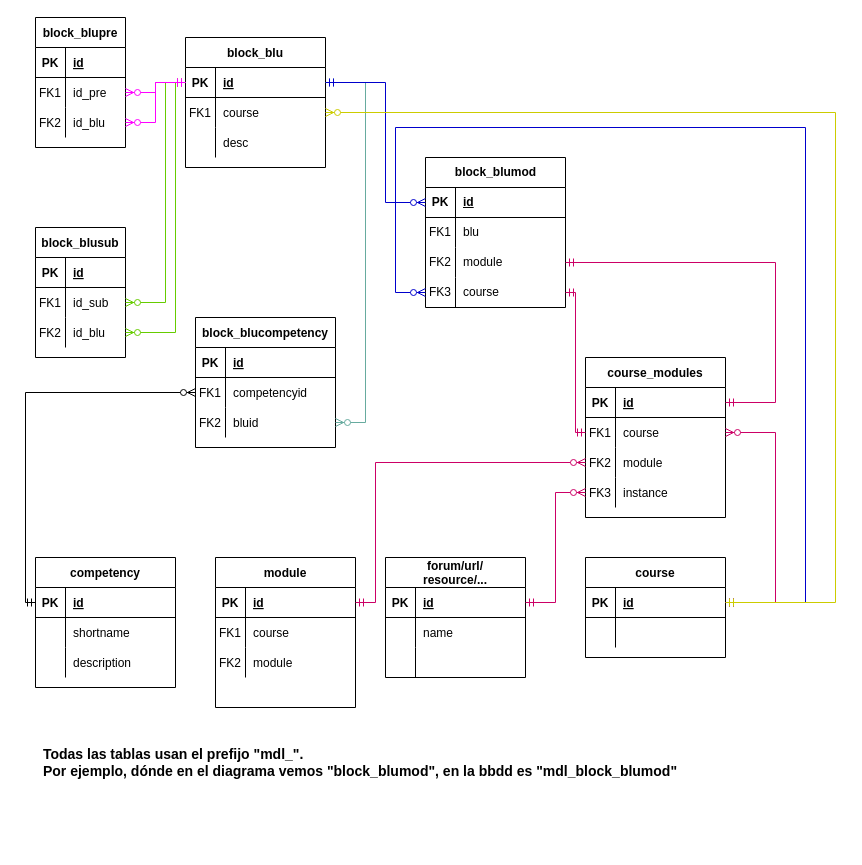
The draw.io diagram blocks/blumod/docs/ModeloDatos.drawio in DesarrollosGalan/moodle_blumod, before the edit. Source tidied: cells renumbered, new cells numbered last; positions are measured from the earlier drawing's top-left corner, leaving out a move shared by most shapes. Both pictures are drawn from the tidied source at 100%, with x=0, y=0 at pixel (35, 17).
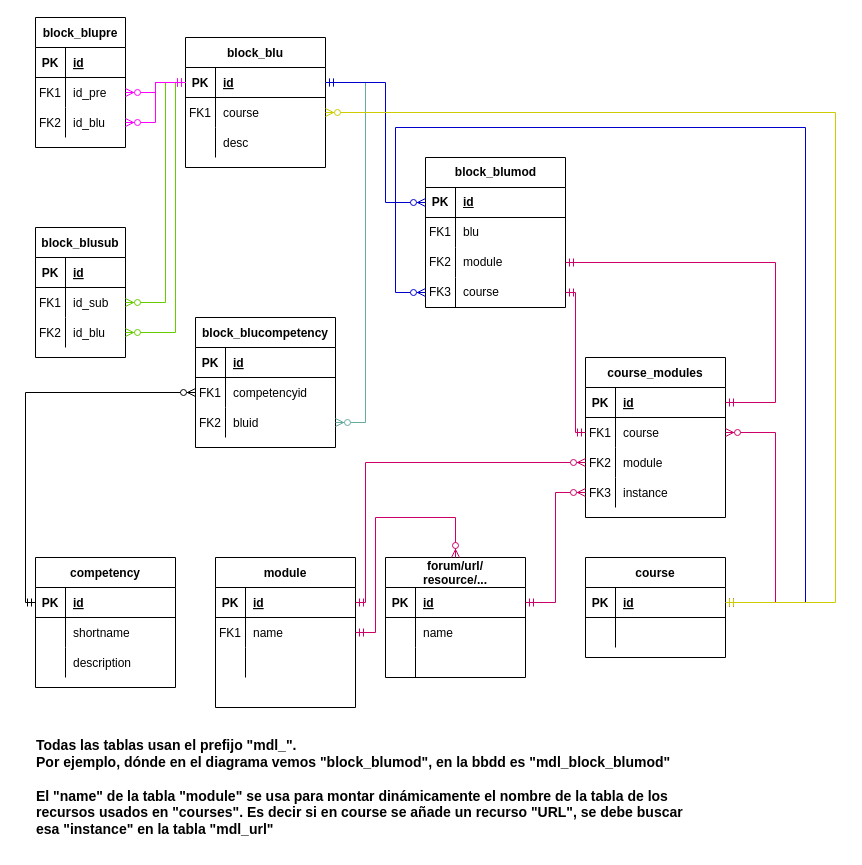
Above is the later version.

Commit message:
correcion errores

The change refers to these unchanged cells:
```xml
<mxCell id="29" style="shape=partialRectangle;fillColor=none;points=[[0,0.5],[1,0.5]];portConstraint=eastwest;top=0;left=0;right=0;bottom=0;" parent="22" vertex="1">
  <mxGeometry y="90" width="140" height="30" as="geometry" />
</mxCell>
<mxCell id="43" style="shape=partialRectangle;fillColor=none;points=[[0,0.5],[1,0.5]];portConstraint=eastwest;top=0;left=0;right=0;bottom=1;" parent="42" vertex="1">
  <mxGeometry y="30" width="140" height="30" as="geometry" />
</mxCell>
<mxCell id="46" style="shape=partialRectangle;fillColor=none;points=[[0,0.5],[1,0.5]];portConstraint=eastwest;top=0;left=0;right=0;bottom=0;" parent="42" vertex="1">
  <mxGeometry y="60" width="140" height="30" as="geometry" />
</mxCell>
<mxCell id="49" style="shape=partialRectangle;fillColor=none;top=0;left=0;right=0;bottom=0;" parent="42" vertex="1">
  <mxGeometry y="90" width="140" height="30" as="geometry" />
</mxCell>
<mxCell id="52" value="forum/url/&#10;resource/..." style="shape=table;startSize=30;childLayout=tableLayout;rowLines=0;fontStyle=1;align=center;" parent="1" vertex="1">
  <mxGeometry x="350" y="540" width="140" height="120" as="geometry" />
</mxCell>
```

Diff of the diagram source:
```diff
@@
-    <mxCell id="48" value="course" style="shape=partialRectangle;overflow=hidden;fillColor=none;top=0;left=0;bottom=0;right=0;align=left;spacingLeft=6;" parent="46" vertex="1">
+    <mxCell id="48" value="name" style="shape=partialRectangle;overflow=hidden;fillColor=none;top=0;left=0;bottom=0;right=0;align=left;spacingLeft=6;" parent="46" vertex="1">
       <mxGeometry x="30" width="110" height="30" as="geometry" />
     </mxCell>
@@
-    <mxCell id="50" value="FK2" style="shape=partialRectangle;overflow=hidden;fillColor=none;top=0;left=0;bottom=0;right=0;" parent="49" vertex="1">
+    <mxCell id="50" style="shape=partialRectangle;overflow=hidden;fillColor=none;top=0;left=0;bottom=0;right=0;" parent="49" vertex="1">
       <mxGeometry width="30" height="30" as="geometry" />
     </mxCell>
-    <mxCell id="51" value="module" style="shape=partialRectangle;overflow=hidden;fillColor=none;top=0;left=0;bottom=0;right=0;align=left;spacingLeft=6;" parent="49" vertex="1">
+    <mxCell id="51" style="shape=partialRectangle;overflow=hidden;fillColor=none;top=0;left=0;bottom=0;right=0;align=left;spacingLeft=6;" parent="49" vertex="1">
       <mxGeometry x="30" width="110" height="30" as="geometry" />
     </mxCell>
@@
     <mxCell id="116" style="edgeStyle=orthogonalEdgeStyle;fontSize=12;html=1;endArrow=ERzeroToMany;startArrow=ERmandOne;rounded=0;entryX=0;entryY=0.5;entryDx=0;entryDy=0;exitX=1;exitY=0.5;exitDx=0;exitDy=0;strokeColor=#CC0066;" parent="1" edge="1" source="43" target="29">
       <mxGeometry relative="1" as="geometry">
         <Array as="points">
-          <mxPoint x="340" y="585" />
-          <mxPoint x="340" y="445" />
+          <mxPoint x="330" y="585" />
+          <mxPoint x="330" y="445" />
         </Array>
       </mxGeometry>
     </mxCell>
@@
-    <mxCell id="120" value="&lt;div style=&quot;text-align: left;&quot;&gt;&lt;b style=&quot;background-color: transparent; color: light-dark(rgb(0, 0, 0), rgb(255, 255, 255));&quot;&gt;&lt;font style=&quot;font-size: 14px;&quot;&gt;Todas las tablas usan el prefijo &quot;mdl_&quot;.&lt;/font&gt;&lt;/b&gt;&lt;/div&gt;&lt;div style=&quot;text-align: left;&quot;&gt;&lt;b&gt;&lt;font style=&quot;font-size: 14px;&quot;&gt;Por ejemplo, dónde en el diagrama vemos &quot;block_blumod&quot;, en la bbdd es &quot;mdl_block_blumod&quot;&lt;/font&gt;&lt;/b&gt;&lt;/div&gt;" style="text;html=1;whiteSpace=wrap;strokeColor=none;fillColor=none;align=center;verticalAlign=middle;rounded=0;" parent="1" vertex="1">
-      <mxGeometry y="720" width="650" height="50" as="geometry" />
+    <mxCell id="120" value="&lt;div style=&quot;text-align: left;&quot;&gt;&lt;b style=&quot;background-color: transparent; color: light-dark(rgb(0, 0, 0), rgb(255, 255, 255));&quot;&gt;&lt;font style=&quot;font-size: 14px;&quot;&gt;Todas las tablas usan el prefijo &quot;mdl_&quot;.&lt;/font&gt;&lt;/b&gt;&lt;/div&gt;&lt;div style=&quot;text-align: left;&quot;&gt;&lt;b&gt;&lt;font style=&quot;font-size: 14px;&quot;&gt;Por ejemplo, dónde en el diagrama vemos &quot;block_blumod&quot;, en la bbdd es &quot;mdl_block_blumod&quot;&lt;br&gt;&lt;br&gt;El &quot;name&quot; de la tabla &quot;module&quot; se usa para montar dinámicamente el nombre de la tabla de los recursos usados en &quot;courses&quot;. Es decir si en course se añade un recurso &quot;URL&quot;, se debe buscar esa &quot;instance&quot; en la tabla &quot;mdl_url&quot;&lt;/font&gt;&lt;/b&gt;&lt;/div&gt;" style="text;html=1;whiteSpace=wrap;strokeColor=none;fillColor=none;align=center;verticalAlign=middle;rounded=0;" parent="1" vertex="1">
+      <mxGeometry y="710" width="650" height="120" as="geometry" />
     </mxCell>
+    <mxCell id="121" style="edgeStyle=orthogonalEdgeStyle;fontSize=12;html=1;endArrow=ERzeroToMany;startArrow=ERmandOne;rounded=0;entryX=0.5;entryY=0;entryDx=0;entryDy=0;exitX=1;exitY=0.5;exitDx=0;exitDy=0;strokeColor=#CC0066;" parent="1" edge="1" source="46" target="52">
+      <mxGeometry relative="1" as="geometry">
+        <Array as="points">
+          <mxPoint x="340" y="615" />
+          <mxPoint x="340" y="500" />
+          <mxPoint x="420" y="500" />
+        </Array>
+      </mxGeometry>
+    </mxCell>
```
